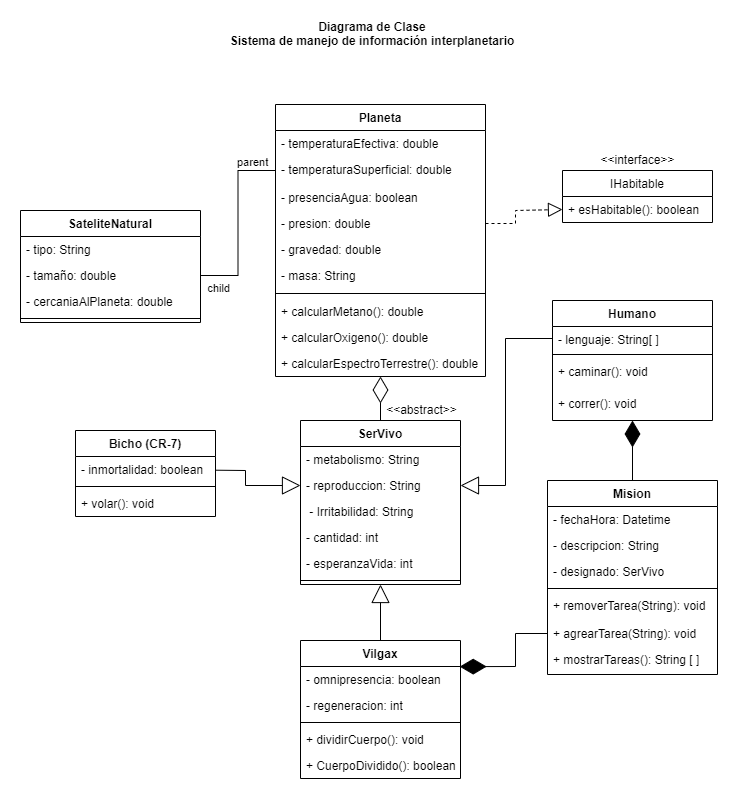
Above: Clase15_lectura/Diagrama-SistemaInterplanetario.png in LeoGrigoriadis/Bootcamp-Java-Backend (draw.io), before the change. Source tidied: cells renumbered, new cells last; positions are measured from the earlier drawing's top-left corner, leaving out a move shared by most shapes.
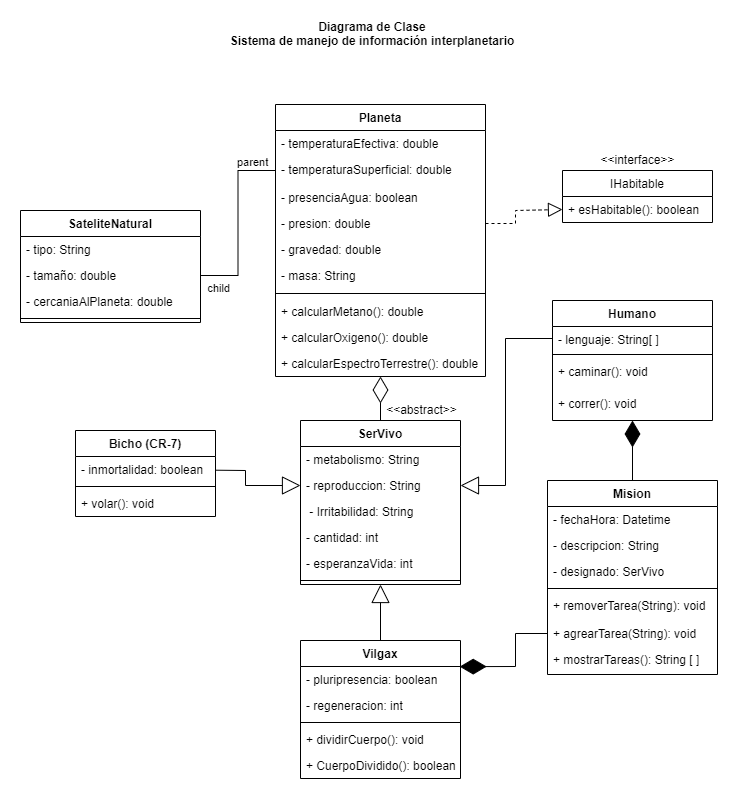
After the commit.

The edit, as a diff of the source:
```diff
@@ -181,7 +181,7 @@
     <mxCell id="54" value="Vilgax" style="swimlane;fontStyle=1;align=center;verticalAlign=top;horizontal=1;startSize=26;fontFamily=Helvetica;fontSize=12;fontColor=default;fillColor=none;gradientColor=none;" parent="1" vertex="1">
       <mxGeometry x="280" y="620" width="160" height="138" as="geometry" />
     </mxCell>
-    <mxCell id="55" value="- omnipresencia: boolean" style="text;strokeColor=none;fillColor=none;align=left;verticalAlign=top;spacingLeft=4;spacingRight=4;overflow=hidden;points=[[0,0.5],[1,0.5]];portConstraint=eastwest;fontFamily=Helvetica;fontSize=12;fontColor=default;" parent="54" vertex="1">
+    <mxCell id="55" value="- pluripresencia: boolean" style="text;strokeColor=none;fillColor=none;align=left;verticalAlign=top;spacingLeft=4;spacingRight=4;overflow=hidden;points=[[0,0.5],[1,0.5]];portConstraint=eastwest;fontFamily=Helvetica;fontSize=12;fontColor=default;" parent="54" vertex="1">
       <mxGeometry y="26" width="160" height="26" as="geometry" />
     </mxCell>
     <mxCell id="56" value="- regeneracion: int" style="text;strokeColor=none;fillColor=none;align=left;verticalAlign=top;spacingLeft=4;spacingRight=4;overflow=hidden;" parent="54" vertex="1">
```
